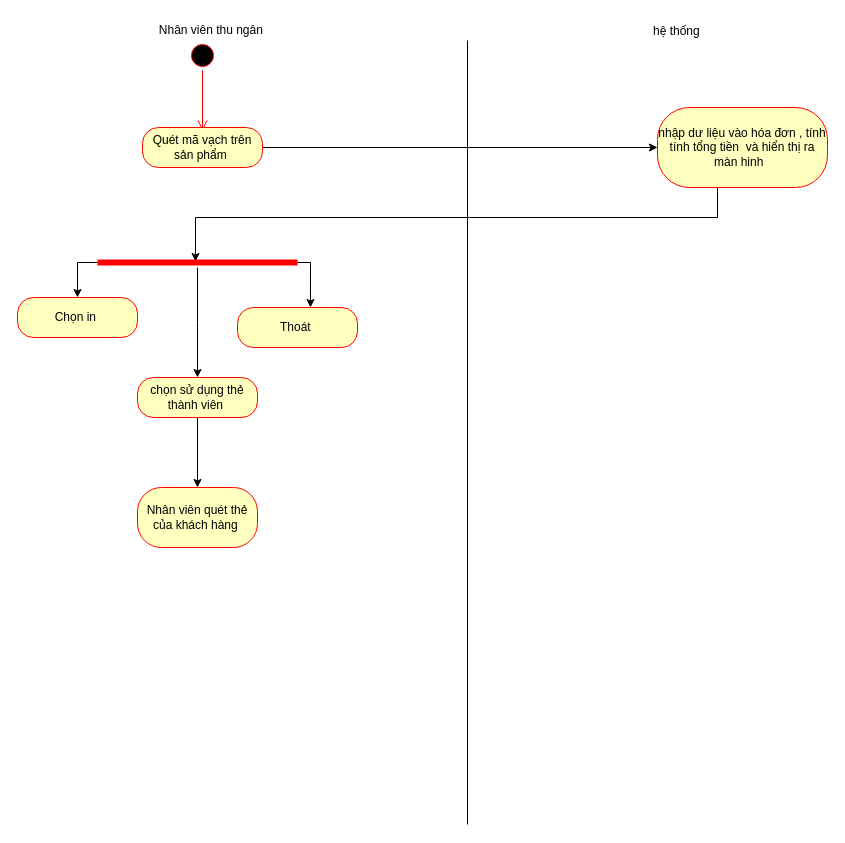
Above: page "Page-10" (8 of 16) of Untitled Diagram.drawio in sonha1/aaaa (draw.io), before the change. Source tidied: cells renumbered, new cells numbered last; positions are measured from the earlier drawing's top-left corner, leaving out a move shared by most shapes. Both pictures are drawn from the tidied source at 100%, with x=0, y=0 at pixel (17, 17).
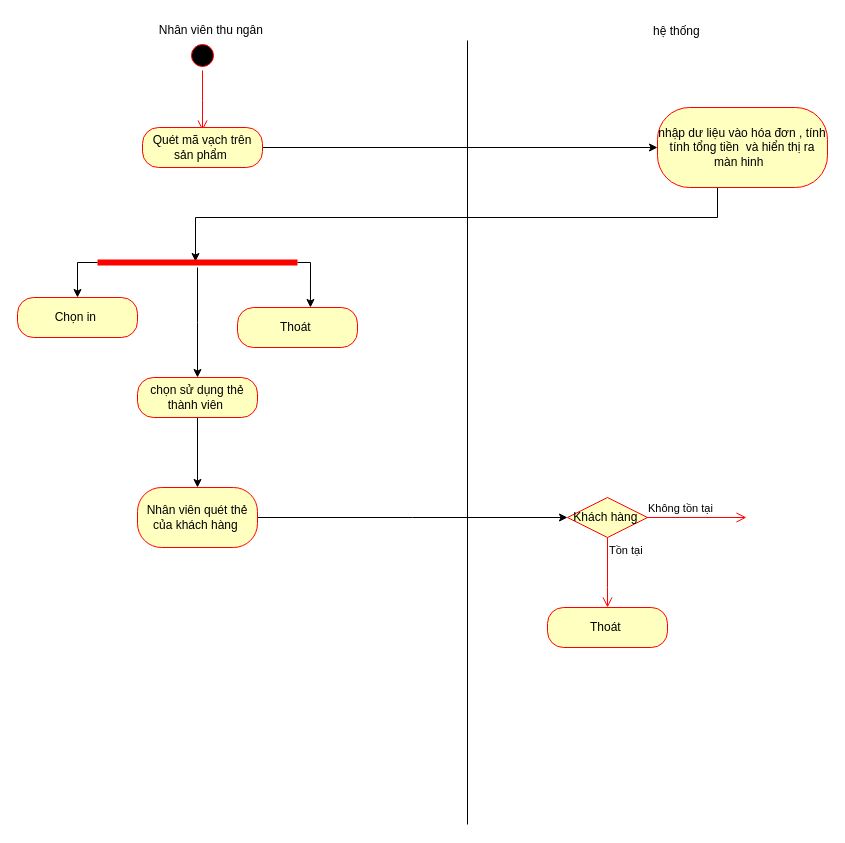
The same diagram, later.

Unchanged cells that the change refers to:
```xml
<mxCell id="19" value="Nhân viên quét thẻ của khách hàng&amp;nbsp;" style="whiteSpace=wrap;html=1;fillColor=#ffffc0;strokeColor=#ff0000;fontColor=#000000;rounded=1;arcSize=40;" parent="1" vertex="1">
  <mxGeometry x="120" y="470" width="120" height="60" as="geometry" />
</mxCell>
```

Diff of the diagram source:
```diff
@@
+    <mxCell id="20" style="edgeStyle=orthogonalEdgeStyle;rounded=0;jettySize=auto;html=1;" parent="1" edge="1" source="19">
+      <mxGeometry relative="1" as="geometry">
+        <mxPoint x="550" y="500" as="targetPoint" />
+      </mxGeometry>
+    </mxCell>
@@
+    <mxCell id="21" value="Khách hàng&amp;nbsp;" style="rhombus;whiteSpace=wrap;html=1;fillColor=#ffffc0;strokeColor=#ff0000;" parent="1" vertex="1">
+      <mxGeometry x="550" y="480" width="80" height="40" as="geometry" />
+    </mxCell>
+    <mxCell id="22" value="Không tồn tại" style="edgeStyle=orthogonalEdgeStyle;html=1;align=left;verticalAlign=bottom;endArrow=open;endSize=8;strokeColor=#ff0000;rounded=0;" parent="1" edge="1">
+      <mxGeometry x="-1" relative="1" as="geometry">
+        <mxPoint x="629" y="500" as="sourcePoint" />
+        <mxPoint x="729" y="500" as="targetPoint" />
+      </mxGeometry>
+    </mxCell>
+    <mxCell id="23" value="Tồn tại" style="edgeStyle=orthogonalEdgeStyle;html=1;align=left;verticalAlign=top;endArrow=open;endSize=8;strokeColor=#ff0000;rounded=0;" parent="1" edge="1" source="21">
+      <mxGeometry x="-1" relative="1" as="geometry">
+        <mxPoint x="590" y="590" as="targetPoint" />
+        <Array as="points">
+          <mxPoint x="590" y="570" />
+          <mxPoint x="590" y="570" />
+        </Array>
+      </mxGeometry>
+    </mxCell>
+    <mxCell id="24" value="Thoát&amp;nbsp;" style="rounded=1;whiteSpace=wrap;html=1;arcSize=40;fontColor=#000000;fillColor=#ffffc0;strokeColor=#ff0000;" parent="1" vertex="1">
+      <mxGeometry x="530" y="590" width="120" height="40" as="geometry" />
+    </mxCell>
```
